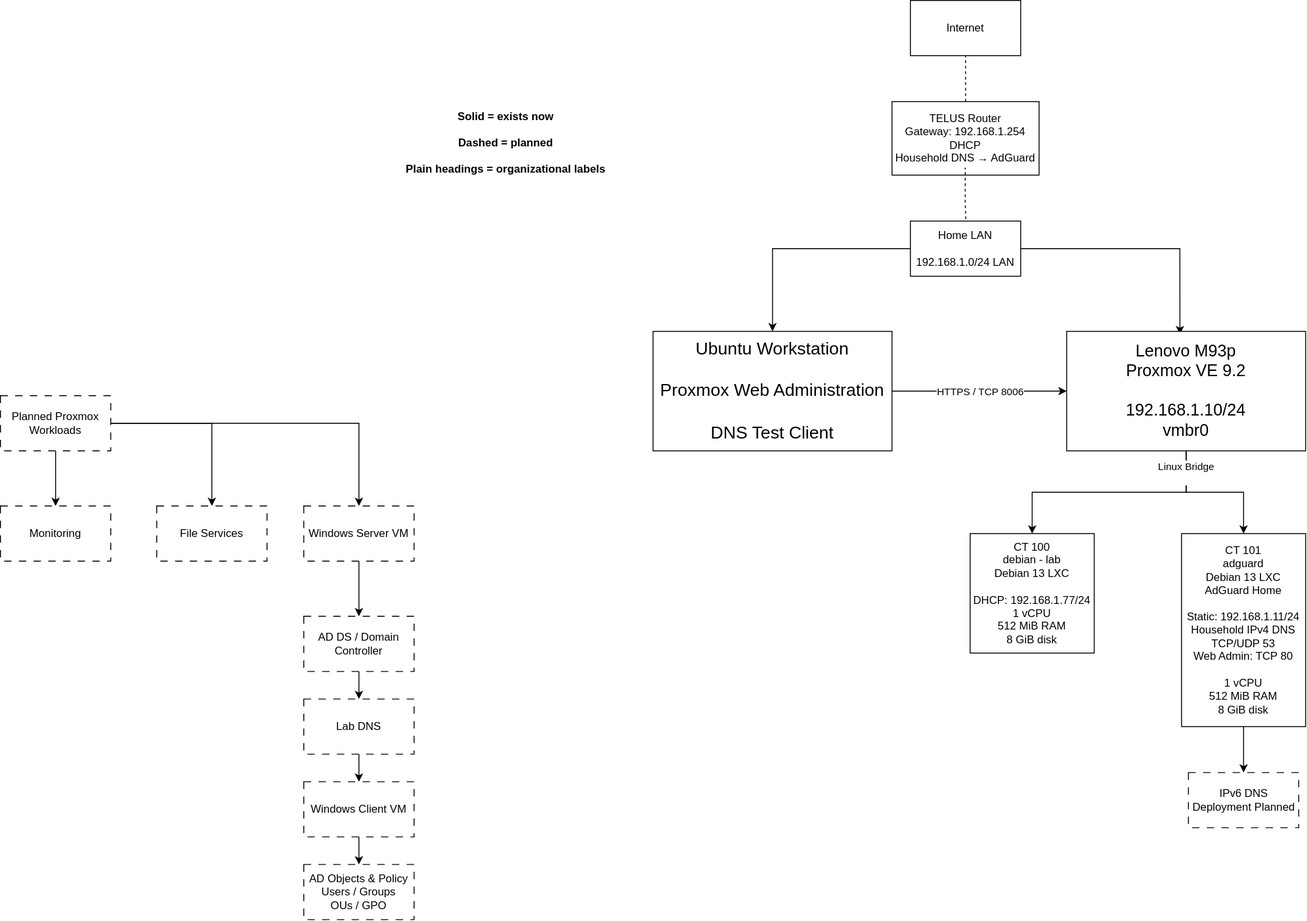
Before: Home-Server-Lab/diagram/homelab-infrastructure.drawio.svg, a diagram exported from draw.io (peterdittmann/IT-Portfolio). Source tidied: cells renumbered, new cells last; positions are measured from the earlier drawing's top-left corner, leaving out a move shared by most shapes. Its diagram source:
```xml
<mxGraphModel>
  <root>
    <mxCell id="0" />
    <mxCell id="1" parent="0" />
    <mxCell id="2" value="Internet" style="rounded=0;whiteSpace=wrap;html=1;" parent="1" vertex="1">
      <mxGeometry x="990" width="120" height="60" as="geometry" />
    </mxCell>
    <mxCell id="3" value="&lt;div&gt;TELUS Router&lt;/div&gt;&lt;div&gt;Gateway: 192.168.1.254&lt;/div&gt;&lt;div&gt;DHCP&lt;/div&gt;&lt;div&gt;Household DNS → AdGuard&lt;/div&gt;" style="rounded=0;whiteSpace=wrap;html=1;" parent="1" vertex="1">
      <mxGeometry x="970" y="110" width="160" height="80" as="geometry" />
    </mxCell>
    <mxCell id="4" style="edgeStyle=orthogonalEdgeStyle;rounded=0;jettySize=auto;html=1;exitX=0;exitY=0.5;exitDx=0;exitDy=0;entryX=0.5;entryY=0;entryDx=0;entryDy=0;" parent="1" edge="1" source="6" target="28">
      <mxGeometry relative="1" as="geometry" />
    </mxCell>
    <mxCell id="5" style="edgeStyle=orthogonalEdgeStyle;rounded=0;jettySize=auto;html=1;exitX=1;exitY=0.5;exitDx=0;exitDy=0;entryX=0.474;entryY=0.024;entryDx=0;entryDy=0;entryPerimeter=0;" parent="1" edge="1" source="6" target="10">
      <mxGeometry relative="1" as="geometry" />
    </mxCell>
    <mxCell id="6" value="Home LAN&lt;br&gt;&lt;br&gt;192.168.1.0/24 LAN" style="rounded=0;whiteSpace=wrap;html=1;" parent="1" vertex="1">
      <mxGeometry x="990" y="240" width="120" height="60" as="geometry" />
    </mxCell>
    <mxCell id="7" style="edgeStyle=orthogonalEdgeStyle;rounded=0;jettySize=auto;html=1;entryX=0.5;entryY=0;entryDx=0;entryDy=0;" parent="1" edge="1" source="10" target="29">
      <mxGeometry relative="1" as="geometry" />
    </mxCell>
    <mxCell id="8" style="edgeStyle=orthogonalEdgeStyle;rounded=0;jettySize=auto;html=1;entryX=0.5;entryY=0;entryDx=0;entryDy=0;" parent="1" edge="1" source="10" target="34">
      <mxGeometry relative="1" as="geometry" />
    </mxCell>
    <mxCell id="9" value="Linux Bridge&lt;div&gt;&lt;br&gt;&lt;/div&gt;" style="edgeLabel;html=1;align=center;verticalAlign=middle;" parent="8" vertex="1">
      <mxGeometry x="-0.7" y="-1" relative="1" as="geometry" />
    </mxCell>
    <mxCell id="10" value="&lt;div&gt;&lt;font style=&quot;font-size: 18px;&quot;&gt;Lenovo M93p&lt;/font&gt;&lt;/div&gt;&lt;div&gt;&lt;font style=&quot;font-size: 18px;&quot;&gt;Proxmox VE 9.2&lt;/font&gt;&lt;/div&gt;&lt;div&gt;&lt;font style=&quot;font-size: 18px;&quot;&gt;&lt;br&gt;&lt;/font&gt;&lt;/div&gt;&lt;div&gt;&lt;font style=&quot;font-size: 18px;&quot;&gt;192.168.1.10/24&lt;/font&gt;&lt;/div&gt;&lt;div&gt;&lt;font style=&quot;font-size: 18px;&quot;&gt;vmbr0&lt;/font&gt;&lt;/div&gt;" style="rounded=0;whiteSpace=wrap;html=1;" parent="1" vertex="1">
      <mxGeometry x="1160" y="360" width="260" height="130" as="geometry" />
    </mxCell>
    <mxCell id="11" value="Monitoring" style="rounded=0;whiteSpace=wrap;html=1;dashed=1;dashPattern=8 8;" parent="1" vertex="1">
      <mxGeometry y="550" width="120" height="60" as="geometry" />
    </mxCell>
    <mxCell id="12" style="edgeStyle=orthogonalEdgeStyle;rounded=0;jettySize=auto;html=1;entryX=0.5;entryY=0;entryDx=0;entryDy=0;" parent="1" edge="1" source="15" target="11">
      <mxGeometry relative="1" as="geometry" />
    </mxCell>
    <mxCell id="13" style="edgeStyle=orthogonalEdgeStyle;rounded=0;jettySize=auto;html=1;entryX=0.5;entryY=0;entryDx=0;entryDy=0;" parent="1" edge="1" source="15" target="16">
      <mxGeometry relative="1" as="geometry" />
    </mxCell>
    <mxCell id="14" style="edgeStyle=orthogonalEdgeStyle;rounded=0;jettySize=auto;html=1;" parent="1" edge="1" source="15" target="20">
      <mxGeometry relative="1" as="geometry" />
    </mxCell>
    <mxCell id="15" value="Planned Proxmox Workloads" style="rounded=0;whiteSpace=wrap;html=1;dashed=1;dashPattern=8 8;" parent="1" vertex="1">
      <mxGeometry y="430" width="120" height="60" as="geometry" />
    </mxCell>
    <mxCell id="16" value="File Services" style="rounded=0;whiteSpace=wrap;html=1;dashed=1;dashPattern=8 8;" parent="1" vertex="1">
      <mxGeometry x="170" y="550" width="120" height="60" as="geometry" />
    </mxCell>
    <mxCell id="17" style="edgeStyle=orthogonalEdgeStyle;rounded=0;jettySize=auto;html=1;" parent="1" edge="1" source="18" target="31">
      <mxGeometry relative="1" as="geometry" />
    </mxCell>
    <mxCell id="18" value="AD DS / Domain Controller" style="rounded=0;whiteSpace=wrap;html=1;dashed=1;dashPattern=8 8;" parent="1" vertex="1">
      <mxGeometry x="330" y="670" width="120" height="60" as="geometry" />
    </mxCell>
    <mxCell id="19" style="edgeStyle=orthogonalEdgeStyle;rounded=0;jettySize=auto;html=1;" parent="1" edge="1" source="20" target="18">
      <mxGeometry relative="1" as="geometry" />
    </mxCell>
    <mxCell id="20" value="Windows Server VM" style="rounded=0;whiteSpace=wrap;html=1;dashed=1;dashPattern=8 8;" parent="1" vertex="1">
      <mxGeometry x="330" y="550" width="120" height="60" as="geometry" />
    </mxCell>
    <mxCell id="21" value="&lt;div&gt;AD Objects &amp;amp; Policy&lt;/div&gt;&lt;div&gt;Users / Groups&lt;/div&gt;&lt;div&gt;OUs / GPO&lt;/div&gt;" style="rounded=0;whiteSpace=wrap;html=1;dashed=1;dashPattern=8 8;" parent="1" vertex="1">
      <mxGeometry x="330" y="940" width="120" height="60" as="geometry" />
    </mxCell>
    <mxCell id="22" style="edgeStyle=orthogonalEdgeStyle;rounded=0;jettySize=auto;html=1;entryX=0.5;entryY=0;entryDx=0;entryDy=0;" parent="1" edge="1" source="23" target="21">
      <mxGeometry relative="1" as="geometry" />
    </mxCell>
    <mxCell id="23" value="Windows Client VM" style="rounded=0;whiteSpace=wrap;html=1;dashed=1;dashPattern=8 8;" parent="1" vertex="1">
      <mxGeometry x="330" y="850" width="120" height="60" as="geometry" />
    </mxCell>
    <mxCell id="24" style="endArrow=none;dashed=1;html=1;rounded=0;exitX=0.5;exitY=0;exitDx=0;exitDy=0;" parent="1" edge="1" source="3">
      <mxGeometry relative="1" as="geometry">
        <mxPoint x="1050" y="60" as="targetPoint" />
      </mxGeometry>
    </mxCell>
    <mxCell id="25" style="endArrow=none;dashed=1;html=1;rounded=0;exitX=0.546;exitY=-0.028;exitDx=0;exitDy=0;entryX=0.541;entryY=1.041;entryDx=0;entryDy=0;entryPerimeter=0;exitPerimeter=0;" parent="1" edge="1">
      <mxGeometry relative="1" as="geometry">
        <mxPoint x="1050.3" y="237.9" as="sourcePoint" />
        <mxPoint x="1049.7" y="182" as="targetPoint" />
        <Array as="points">
          <mxPoint x="1049.7" y="219.5" />
        </Array>
      </mxGeometry>
    </mxCell>
    <mxCell id="26" style="edgeStyle=orthogonalEdgeStyle;rounded=0;jettySize=auto;html=1;exitX=1;exitY=0.5;exitDx=0;exitDy=0;entryX=0;entryY=0.5;entryDx=0;entryDy=0;" parent="1" edge="1" source="28" target="10">
      <mxGeometry relative="1" as="geometry" />
    </mxCell>
    <mxCell id="27" value="HTTPS / TCP 8006" style="edgeLabel;html=1;align=center;verticalAlign=middle;" parent="26" vertex="1">
      <mxGeometry x="0.25" y="2" relative="1" as="geometry">
        <mxPoint x="-24" y="2" as="offset" />
      </mxGeometry>
    </mxCell>
    <mxCell id="28" value="&lt;font style=&quot;font-size: 19px;&quot;&gt;Ubuntu Workstation&lt;br&gt;&lt;br&gt;Proxmox Web Administration&lt;/font&gt;&lt;div&gt;&lt;font style=&quot;font-size: 19px;&quot;&gt;&lt;br&gt;&lt;/font&gt;&lt;/div&gt;&lt;div&gt;&lt;font style=&quot;font-size: 19px;&quot;&gt;DNS Test Client&lt;/font&gt;&lt;/div&gt;" style="rounded=0;whiteSpace=wrap;html=1;" parent="1" vertex="1">
      <mxGeometry x="710" y="360" width="260" height="130" as="geometry" />
    </mxCell>
    <mxCell id="29" value="CT 100&lt;div&gt;debian - lab&lt;/div&gt;&lt;div&gt;Debian 13 LXC&lt;/div&gt;&lt;div&gt;&lt;br&gt;&lt;/div&gt;&lt;div&gt;DHCP: 192.168.1.77/24&lt;/div&gt;&lt;div&gt;1 vCPU&lt;/div&gt;&lt;div&gt;512 MiB RAM&lt;/div&gt;&lt;div&gt;8 GiB disk&lt;/div&gt;" style="rounded=0;whiteSpace=wrap;html=1;" parent="1" vertex="1">
      <mxGeometry x="1055" y="580" width="135" height="130" as="geometry" />
    </mxCell>
    <mxCell id="30" style="edgeStyle=orthogonalEdgeStyle;rounded=0;jettySize=auto;html=1;" parent="1" edge="1" source="31" target="23">
      <mxGeometry relative="1" as="geometry" />
    </mxCell>
    <mxCell id="31" value="Lab DNS" style="rounded=0;whiteSpace=wrap;html=1;dashed=1;dashPattern=8 8;" parent="1" vertex="1">
      <mxGeometry x="330" y="760" width="120" height="60" as="geometry" />
    </mxCell>
    <mxCell id="32" value="&lt;strong&gt;Solid = exists now&lt;/strong&gt;&lt;br&gt;&lt;br/&gt;&lt;strong&gt;Dashed = planned&lt;/strong&gt;&lt;br&gt;&lt;br/&gt;&lt;strong&gt;Plain headings = organizational labels&lt;/strong&gt;" style="text;html=1;whiteSpace=wrap;strokeColor=none;fillColor=none;align=center;verticalAlign=middle;rounded=0;" parent="1" vertex="1">
      <mxGeometry x="420" y="120" width="260" height="70" as="geometry" />
    </mxCell>
    <mxCell id="33" style="edgeStyle=orthogonalEdgeStyle;rounded=0;jettySize=auto;html=1;entryX=0.5;entryY=0;entryDx=0;entryDy=0;" parent="1" edge="1" source="34" target="35">
      <mxGeometry relative="1" as="geometry" />
    </mxCell>
    <mxCell id="34" value="&lt;div&gt;CT 101&lt;/div&gt;&lt;div&gt;adguard&lt;/div&gt;&lt;div&gt;Debian 13 LXC&lt;/div&gt;&lt;div&gt;AdGuard Home&lt;/div&gt;&lt;div&gt;&lt;br&gt;&lt;/div&gt;&lt;div&gt;Static: 192.168.1.11/24&lt;/div&gt;&lt;div&gt;Household IPv4 DNS&lt;/div&gt;&lt;div&gt;TCP/UDP 53&lt;/div&gt;&lt;div&gt;Web Admin: TCP 80&lt;/div&gt;&lt;div&gt;&lt;br&gt;&lt;/div&gt;&lt;div&gt;1 vCPU&lt;/div&gt;&lt;div&gt;512 MiB RAM&lt;/div&gt;&lt;div&gt;8 GiB disk&lt;/div&gt;" style="rounded=0;whiteSpace=wrap;html=1;" parent="1" vertex="1">
      <mxGeometry x="1285" y="580" width="135" height="210" as="geometry" />
    </mxCell>
    <mxCell id="35" value="IPv6 DNS Deployment Planned" style="rounded=0;whiteSpace=wrap;html=1;dashed=1;dashPattern=8 8;" parent="1" vertex="1">
      <mxGeometry x="1292.5" y="840" width="120" height="60" as="geometry" />
    </mxCell>
  </root>
</mxGraphModel>
```
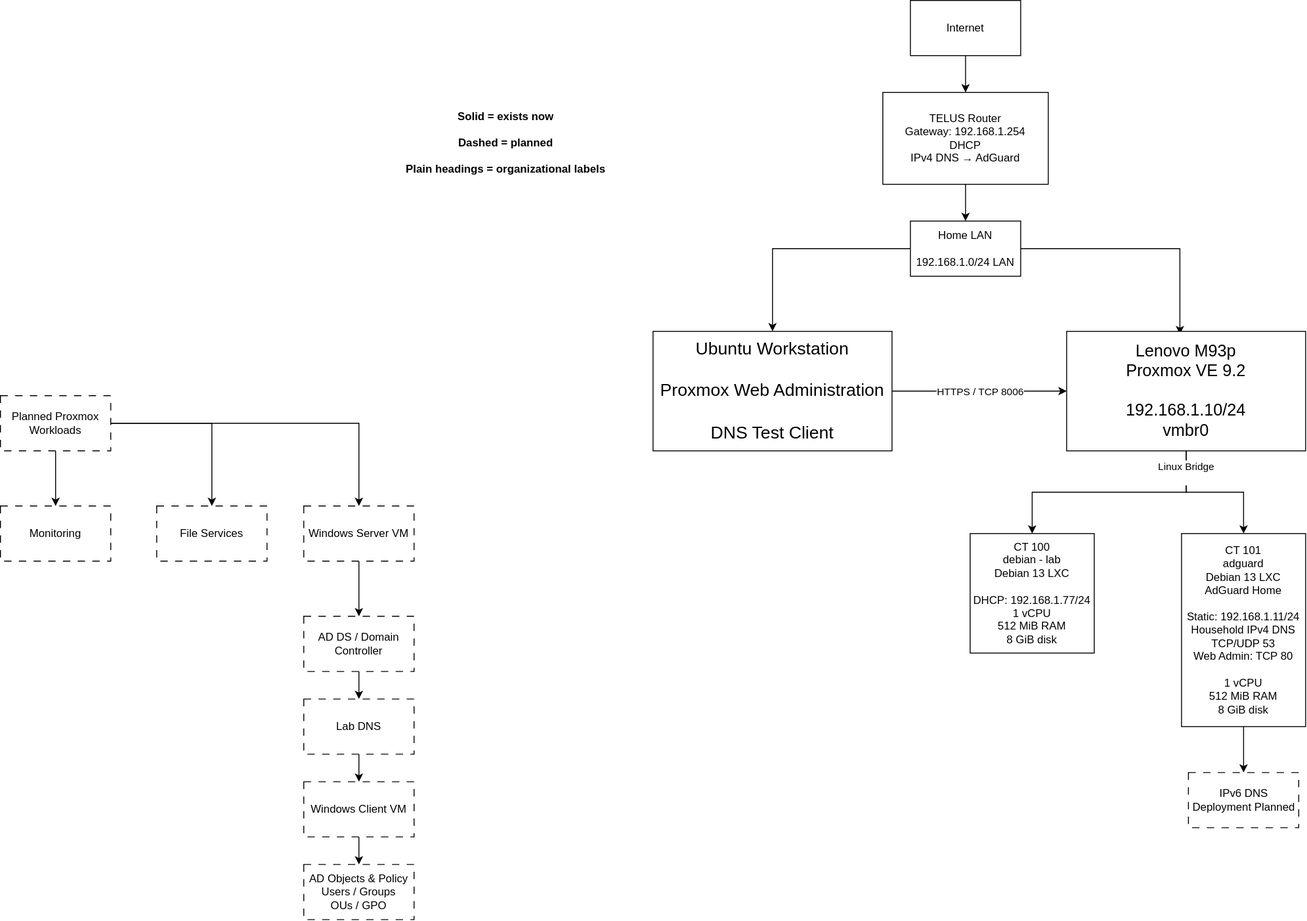
The same diagram one commit later.

What changed in the source:
```diff
@@ -2,11 +2,17 @@
   <root>
     <mxCell id="0" />
     <mxCell id="1" parent="0" />
+    <mxCell id="36" style="edgeStyle=orthogonalEdgeStyle;rounded=0;jettySize=auto;html=1;" parent="1" edge="1" source="2" target="3">
+      <mxGeometry relative="1" as="geometry" />
+    </mxCell>
     <mxCell id="2" value="Internet" style="rounded=0;whiteSpace=wrap;html=1;" parent="1" vertex="1">
       <mxGeometry x="990" width="120" height="60" as="geometry" />
     </mxCell>
+    <mxCell id="37" style="edgeStyle=orthogonalEdgeStyle;rounded=0;jettySize=auto;html=1;" parent="1" edge="1" source="3" target="6">
+      <mxGeometry relative="1" as="geometry" />
+    </mxCell>
-    <mxCell id="3" value="&lt;div&gt;TELUS Router&lt;/div&gt;&lt;div&gt;Gateway: 192.168.1.254&lt;/div&gt;&lt;div&gt;DHCP&lt;/div&gt;&lt;div&gt;Household DNS → AdGuard&lt;/div&gt;" style="rounded=0;whiteSpace=wrap;html=1;" parent="1" vertex="1">
-      <mxGeometry x="970" y="110" width="160" height="80" as="geometry" />
+    <mxCell id="3" value="&lt;div&gt;TELUS Router&lt;/div&gt;&lt;div&gt;Gateway: 192.168.1.254&lt;/div&gt;&lt;div&gt;DHCP&lt;/div&gt;&lt;div&gt;IPv4 DNS → AdGuard&lt;/div&gt;" style="rounded=0;whiteSpace=wrap;html=1;" parent="1" vertex="1">
+      <mxGeometry x="960" y="100" width="180" height="100" as="geometry" />
     </mxCell>
     <mxCell id="4" style="edgeStyle=orthogonalEdgeStyle;rounded=0;jettySize=auto;html=1;exitX=0;exitY=0.5;exitDx=0;exitDy=0;entryX=0.5;entryY=0;entryDx=0;entryDy=0;" parent="1" edge="1" source="6" target="28">
       <mxGeometry relative="1" as="geometry" />
@@ -68,20 +74,6 @@
     <mxCell id="23" value="Windows Client VM" style="rounded=0;whiteSpace=wrap;html=1;dashed=1;dashPattern=8 8;" parent="1" vertex="1">
       <mxGeometry x="330" y="850" width="120" height="60" as="geometry" />
     </mxCell>
-    <mxCell id="24" style="endArrow=none;dashed=1;html=1;rounded=0;exitX=0.5;exitY=0;exitDx=0;exitDy=0;" parent="1" edge="1" source="3">
-      <mxGeometry relative="1" as="geometry">
-        <mxPoint x="1050" y="60" as="targetPoint" />
-      </mxGeometry>
-    </mxCell>
-    <mxCell id="25" style="endArrow=none;dashed=1;html=1;rounded=0;exitX=0.546;exitY=-0.028;exitDx=0;exitDy=0;entryX=0.541;entryY=1.041;entryDx=0;entryDy=0;entryPerimeter=0;exitPerimeter=0;" parent="1" edge="1">
-      <mxGeometry relative="1" as="geometry">
-        <mxPoint x="1050.3" y="237.9" as="sourcePoint" />
-        <mxPoint x="1049.7" y="182" as="targetPoint" />
-        <Array as="points">
-          <mxPoint x="1049.7" y="219.5" />
-        </Array>
-      </mxGeometry>
-    </mxCell>
     <mxCell id="26" style="edgeStyle=orthogonalEdgeStyle;rounded=0;jettySize=auto;html=1;exitX=1;exitY=0.5;exitDx=0;exitDy=0;entryX=0;entryY=0.5;entryDx=0;entryDy=0;" parent="1" edge="1" source="28" target="10">
       <mxGeometry relative="1" as="geometry" />
     </mxCell>
```
